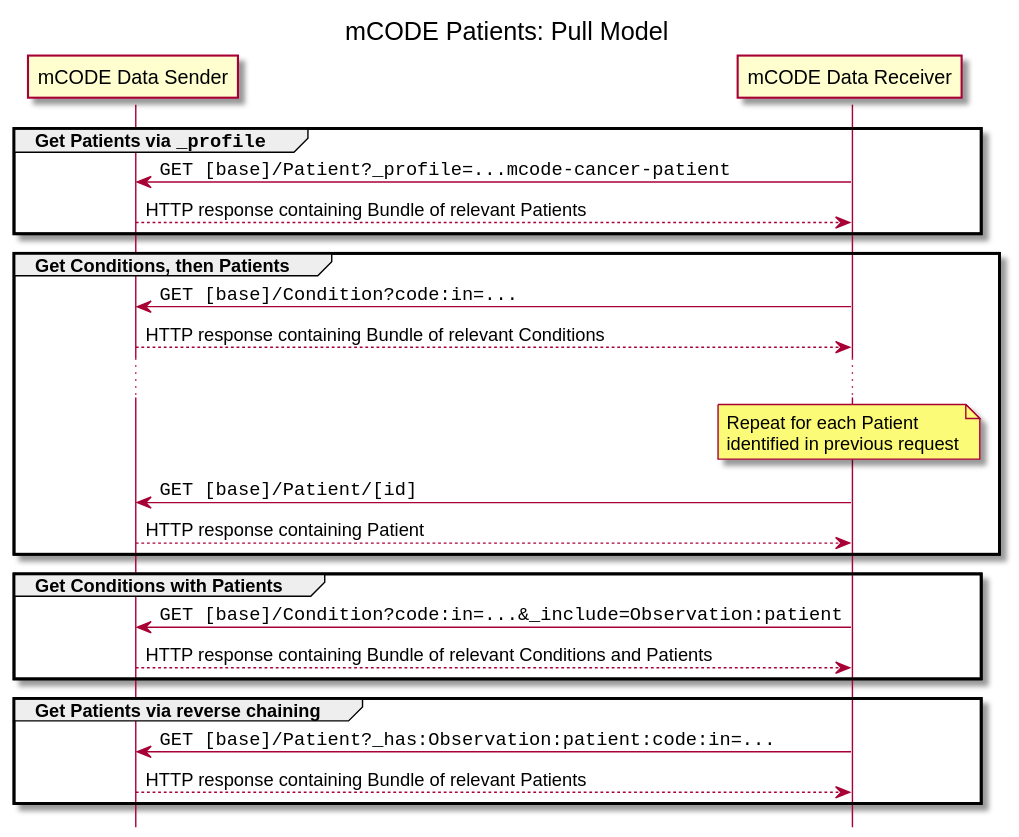
Earlier version of the PlantUML export input/images/mcode-patients-pull.svg (HL7/fhir-mCODE-ig).
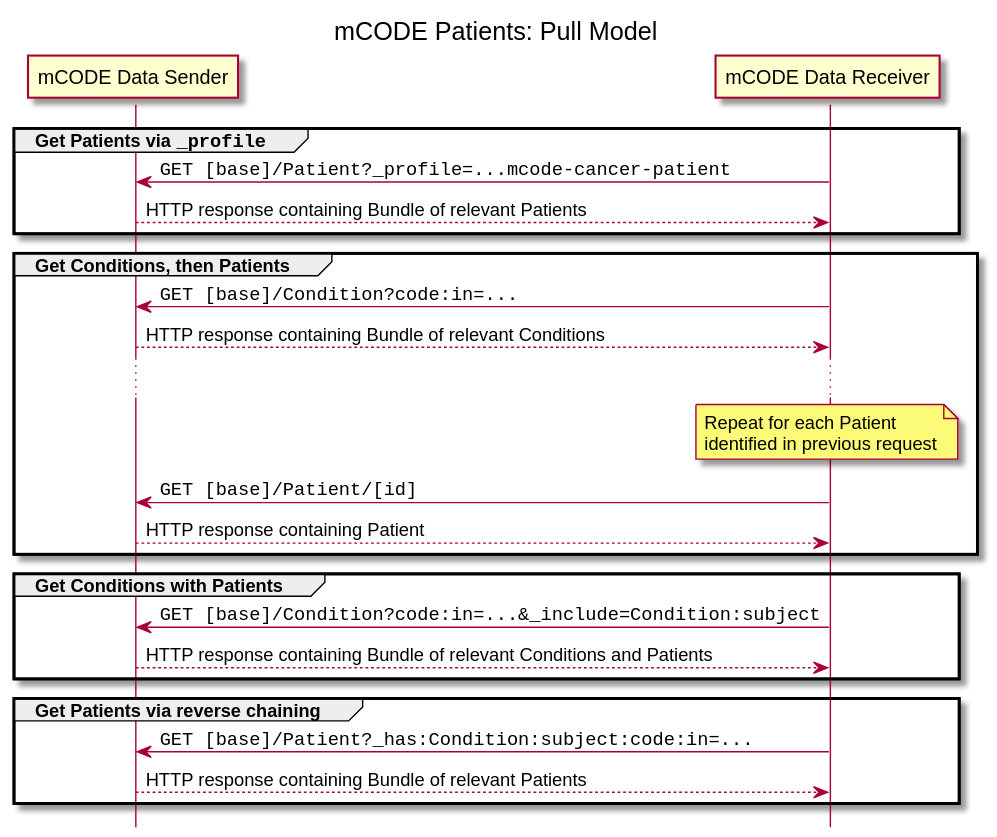
Later version of the same file.

What changed in the source:
```diff
@@ -24,12 +24,12 @@
 end
 
 group Get Conditions with Patients
-    "Receiver" -> "Sender" : ""GET [base]/Condition?code:in=...&_include=Observation:patient""
+    "Receiver" -> "Sender" : ""GET [base]/Condition?code:in=...&_include=Condition:subject""
     "Sender" --> "Receiver" : HTTP response containing Bundle of relevant Conditions and Patients
 end
 
 group Get Patients via reverse chaining
-    "Receiver" -> "Sender" : ""GET [base]/Patient?_has:Observation:patient:code:in=...""
+    "Receiver" -> "Sender" : ""GET [base]/Patient?_has:Condition:subject:code:in=...""
     "Sender" --> "Receiver" : HTTP response containing Bundle of relevant Patients
 end
 
```
